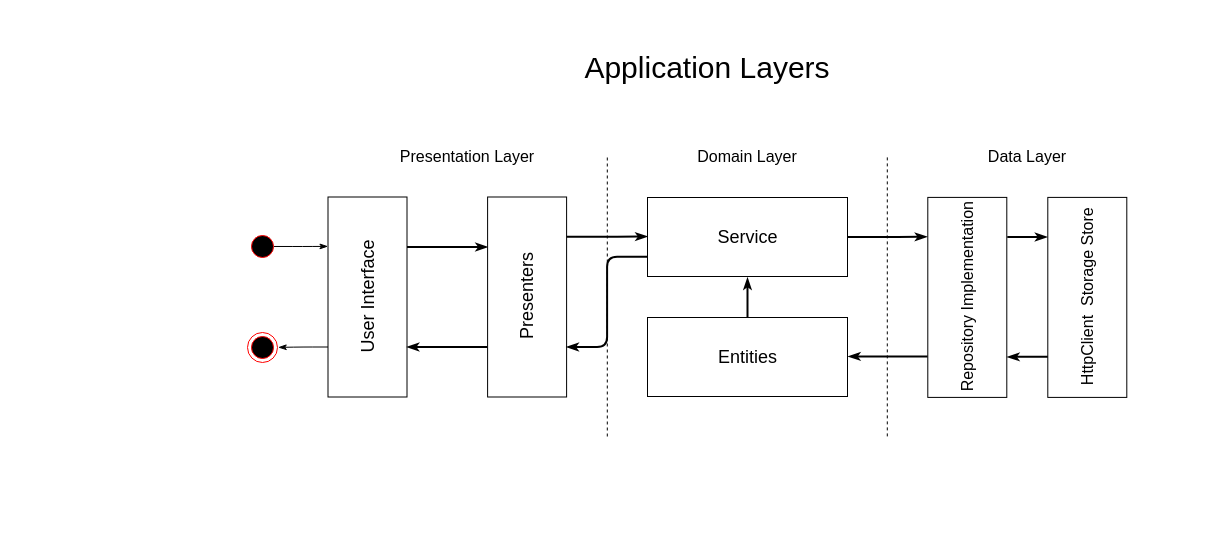
This is docs/Application Layers.drawio from GoldenStar1997/frontend-layered-architecture, a draw.io file, before an edit. Source tidied: cells renumbered, new cells numbered last; positions are measured from the earlier drawing's top-left corner, leaving out a move shared by most shapes. Both pictures are drawn from the tidied source at 100%, with x=0, y=0 at pixel (207, 37).
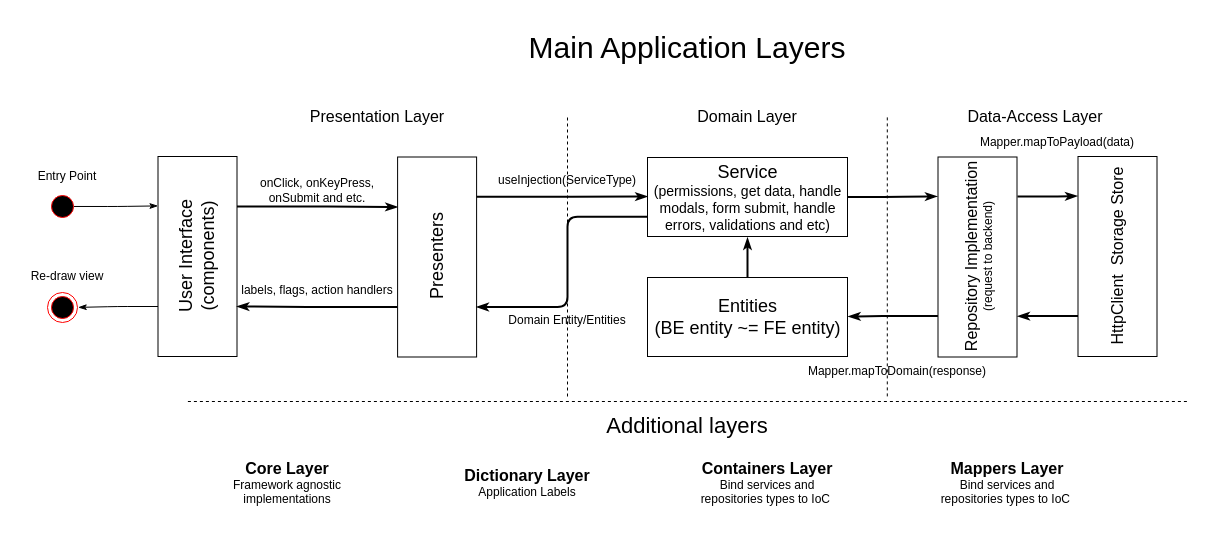
The same page after the edit.

Diff of the diagram source:
```diff
@@
-    <mxCell id="4" value="&lt;font style=&quot;font-size: 18px&quot;&gt;User Interface&lt;/font&gt;" style="html=1;rotation=-90;fontFamily=Helvetica;" parent="1" vertex="1">
-      <mxGeometry x="60" y="220" width="200" height="79" as="geometry" />
+    <mxCell id="4" value="&lt;font style=&quot;font-size: 18px&quot;&gt;User Interface&lt;br&gt;(components)&lt;br&gt;&lt;/font&gt;" style="html=1;rotation=-90;fontFamily=Helvetica;" parent="1" vertex="1">
+      <mxGeometry x="-110" y="179.5" width="200" height="79" as="geometry" />
     </mxCell>
@@
     <mxCell id="7" value="&lt;font style=&quot;font-size: 18px&quot;&gt;Presenters&lt;br&gt;&lt;/font&gt;" style="html=1;rotation=-90;fontFamily=Helvetica;" parent="1" vertex="1">
-      <mxGeometry x="219.6" y="220" width="200" height="79" as="geometry" />
+      <mxGeometry x="129.6" y="180" width="200" height="79" as="geometry" />
     </mxCell>
     <mxCell id="8" style="line;strokeWidth=1;fillColor=none;align=left;verticalAlign=middle;spacingTop=-1;spacingLeft=3;spacingRight=3;labelPosition=right;dashed=1;rotation=90;fontFamily=Helvetica;" parent="1" vertex="1">
-      <mxGeometry x="259.8" y="256" width="280" height="8" as="geometry" />
+      <mxGeometry x="220" y="216" width="280" height="8" as="geometry" />
     </mxCell>
@@
     <mxCell id="10" style="edgeStyle=orthogonalEdgeStyle;rounded=1;jettySize=auto;html=1;exitX=0;exitY=0.75;exitDx=0;exitDy=0;entryX=0.25;entryY=1;entryDx=0;entryDy=0;fontFamily=Helvetica;endArrow=classicThin;endFill=1;strokeWidth=2;" parent="1" edge="1" source="11" target="7">
-      <mxGeometry relative="1" as="geometry" />
+      <mxGeometry relative="1" as="geometry">
+        <Array as="points">
+          <mxPoint x="360" y="179" />
+          <mxPoint x="360" y="269" />
+        </Array>
+      </mxGeometry>
     </mxCell>
-    <mxCell id="11" value="&lt;font style=&quot;font-size: 18px&quot;&gt;&lt;font&gt;Service&lt;/font&gt;&lt;br&gt;&lt;/font&gt;" style="html=1;rotation=0;fontFamily=Helvetica;" parent="1" vertex="1">
-      <mxGeometry x="440" y="160" width="200" height="79" as="geometry" />
+    <mxCell id="11" value="&lt;font&gt;&lt;font&gt;&lt;span style=&quot;font-size: 18px&quot;&gt;Service&lt;/span&gt;&lt;br&gt;&lt;font style=&quot;font-size: 14px&quot;&gt;(permissions, get data, handle &lt;br&gt;modals, form submit, handle&lt;br&gt;errors, validations and etc)&lt;/font&gt;&lt;/font&gt;&lt;br&gt;&lt;/font&gt;" style="html=1;rotation=0;fontFamily=Helvetica;" parent="1" vertex="1">
+      <mxGeometry x="440" y="120" width="200" height="79" as="geometry" />
     </mxCell>
@@
-    <mxCell id="13" value="&lt;font style=&quot;font-size: 18px&quot;&gt;Entities&lt;br&gt;&lt;/font&gt;" style="html=1;rotation=0;fontFamily=Helvetica;" parent="1" vertex="1">
-      <mxGeometry x="440" y="280" width="200" height="79" as="geometry" />
+    <mxCell id="13" value="&lt;font style=&quot;font-size: 18px&quot;&gt;Entities&lt;br&gt;(BE entity ~= FE entity)&lt;br&gt;&lt;/font&gt;" style="html=1;rotation=0;fontFamily=Helvetica;" parent="1" vertex="1">
+      <mxGeometry x="440" y="240" width="200" height="79" as="geometry" />
     </mxCell>
     <mxCell id="14" style="line;strokeWidth=1;fillColor=none;align=left;verticalAlign=middle;spacingTop=-1;spacingLeft=3;spacingRight=3;labelPosition=right;dashed=1;rotation=90;fontFamily=Helvetica;" parent="1" vertex="1">
-      <mxGeometry x="539.8" y="255.9" width="280" height="8" as="geometry" />
+      <mxGeometry x="539.8" y="215.9" width="280" height="8" as="geometry" />
     </mxCell>
@@
-    <mxCell id="17" value="&lt;font&gt;&lt;font style=&quot;font-size: 16px&quot;&gt;Repository Implementation&lt;/font&gt;&lt;br&gt;&lt;/font&gt;" style="html=1;rotation=-90;fontFamily=Helvetica;" parent="1" vertex="1">
-      <mxGeometry x="659.8" y="220.4" width="200" height="79" as="geometry" />
+    <mxCell id="17" value="&lt;font&gt;&lt;font style=&quot;font-size: 16px&quot;&gt;Repository Implementation&lt;br&gt;&lt;/font&gt;(request to backend)&lt;br&gt;&lt;/font&gt;" style="html=1;rotation=-90;fontFamily=Helvetica;" parent="1" vertex="1">
+      <mxGeometry x="670" y="180" width="200" height="79" as="geometry" />
     </mxCell>
-    <mxCell id="18" style="edgeStyle=orthogonalEdgeStyle;jettySize=auto;html=1;endArrow=classicThin;endFill=1;strokeWidth=2;exitX=0.203;exitY=0.008;exitDx=0;exitDy=0;exitPerimeter=0;fontFamily=Helvetica;" parent="1" edge="1" source="19">
-      <mxGeometry relative="1" as="geometry">
-        <mxPoint x="799.8" y="319.4" as="targetPoint" />
-      </mxGeometry>
+    <mxCell id="18" style="edgeStyle=orthogonalEdgeStyle;jettySize=auto;html=1;endArrow=classicThin;endFill=1;strokeWidth=2;exitX=0.203;exitY=0.008;exitDx=0;exitDy=0;exitPerimeter=0;fontFamily=Helvetica;entryX=0.204;entryY=1.008;entryDx=0;entryDy=0;entryPerimeter=0;" parent="1" edge="1" source="19" target="17">
+      <mxGeometry relative="1" as="geometry" />
     </mxCell>
     <mxCell id="19" value="&lt;font&gt;&lt;span style=&quot;font-size: 16px&quot;&gt;HttpClient&amp;nbsp; Storage Store&lt;/span&gt;&lt;br&gt;&lt;/font&gt;" style="html=1;rotation=-90;fontFamily=Helvetica;" parent="1" vertex="1">
-      <mxGeometry x="779.8" y="220.4" width="200" height="79" as="geometry" />
+      <mxGeometry x="810" y="179.5" width="200" height="79" as="geometry" />
     </mxCell>
-    <mxCell id="20" value="&lt;font style=&quot;font-size: 30px&quot;&gt;Application Layers&lt;/font&gt;" style="text;html=1;strokeColor=none;fillColor=none;align=center;verticalAlign=middle;whiteSpace=wrap;rounded=0;fontFamily=Helvetica;" parent="1" vertex="1">
-      <mxGeometry width="1000" height="60" as="geometry" />
+    <mxCell id="20" value="&lt;font style=&quot;font-size: 30px&quot;&gt;Main Application Layers&lt;/font&gt;" style="text;html=1;strokeColor=none;fillColor=none;align=center;verticalAlign=middle;whiteSpace=wrap;rounded=0;fontFamily=Helvetica;" parent="1" vertex="1">
+      <mxGeometry x="-20" y="-20" width="1000" height="60" as="geometry" />
     </mxCell>
@@
     <mxCell id="22" style="ellipse;html=1;shape=startState;fillColor=#000000;strokeColor=#ff0000;fontFamily=Helvetica;" parent="1" vertex="1">
-      <mxGeometry x="40" y="194" width="30" height="30" as="geometry" />
+      <mxGeometry x="-160" y="154" width="30" height="30" as="geometry" />
     </mxCell>
     <mxCell id="23" style="ellipse;html=1;shape=endState;fillColor=#000000;strokeColor=#ff0000;fontFamily=Helvetica;" parent="1" vertex="1">
-      <mxGeometry x="40" y="295" width="30" height="30" as="geometry" />
+      <mxGeometry x="-160" y="255" width="30" height="30" as="geometry" />
     </mxCell>
     <mxCell id="24" value="&lt;span style=&quot;font-size: 16px&quot;&gt;Domain Layer&lt;/span&gt;" style="text;html=1;strokeColor=none;fillColor=none;align=center;verticalAlign=middle;whiteSpace=wrap;rounded=0;fontFamily=Helvetica;" parent="1" vertex="1">
-      <mxGeometry x="440" y="109" width="200" height="20" as="geometry" />
+      <mxGeometry x="440" y="69" width="200" height="20" as="geometry" />
     </mxCell>
-    <mxCell id="25" value="&lt;span style=&quot;font-size: 16px&quot;&gt;Data Layer&lt;/span&gt;" style="text;html=1;strokeColor=none;fillColor=none;align=center;verticalAlign=middle;whiteSpace=wrap;rounded=0;fontFamily=Helvetica;" parent="1" vertex="1">
-      <mxGeometry x="720" y="109" width="200" height="20" as="geometry" />
+    <mxCell id="25" value="&lt;span style=&quot;font-size: 16px&quot;&gt;Data-Access Layer&lt;/span&gt;" style="text;html=1;strokeColor=none;fillColor=none;align=center;verticalAlign=middle;whiteSpace=wrap;rounded=0;fontFamily=Helvetica;" parent="1" vertex="1">
+      <mxGeometry x="728" y="69" width="200" height="20" as="geometry" />
     </mxCell>
     <mxCell id="26" value="&lt;span style=&quot;font-size: 16px&quot;&gt;Presentation Layer&lt;/span&gt;" style="text;html=1;strokeColor=none;fillColor=none;align=center;verticalAlign=middle;whiteSpace=wrap;rounded=0;fontFamily=Helvetica;" parent="1" vertex="1">
-      <mxGeometry x="160" y="109" width="200" height="20" as="geometry" />
+      <mxGeometry x="70" y="69" width="200" height="20" as="geometry" />
     </mxCell>
+    <mxCell id="27" value="useInjection(ServiceType)" style="text;html=1;strokeColor=none;fillColor=none;align=center;verticalAlign=middle;whiteSpace=wrap;rounded=0;" parent="1" vertex="1">
+      <mxGeometry x="280" y="128" width="160" height="30" as="geometry" />
+    </mxCell>
+    <mxCell id="28" value="Mapper.mapToDomain(response)" style="text;html=1;strokeColor=none;fillColor=none;align=center;verticalAlign=middle;whiteSpace=wrap;rounded=0;" parent="1" vertex="1">
+      <mxGeometry x="600" y="319" width="180" height="30" as="geometry" />
+    </mxCell>
+    <mxCell id="29" value="Mapper.mapToPayload(data)" style="text;html=1;strokeColor=none;fillColor=none;align=center;verticalAlign=middle;whiteSpace=wrap;rounded=0;" parent="1" vertex="1">
+      <mxGeometry x="770" y="90" width="160" height="30" as="geometry" />
+    </mxCell>
+    <mxCell id="30" value="onClick, onKeyPress, onSubmit and etc." style="text;html=1;strokeColor=none;fillColor=none;align=center;verticalAlign=middle;whiteSpace=wrap;rounded=0;" parent="1" vertex="1">
+      <mxGeometry x="30" y="138" width="160" height="30" as="geometry" />
+    </mxCell>
+    <mxCell id="31" value="labels, flags, action handlers" style="text;html=1;strokeColor=none;fillColor=none;align=center;verticalAlign=middle;whiteSpace=wrap;rounded=0;" parent="1" vertex="1">
+      <mxGeometry x="30" y="237.5" width="160" height="30" as="geometry" />
+    </mxCell>
+    <mxCell id="32" value="Domain Entity/Entities" style="text;html=1;strokeColor=none;fillColor=none;align=center;verticalAlign=middle;whiteSpace=wrap;rounded=0;" parent="1" vertex="1">
+      <mxGeometry x="280" y="267.5" width="160" height="30" as="geometry" />
+    </mxCell>
+    <mxCell id="33" value="Entry Point" style="text;html=1;strokeColor=none;fillColor=none;align=center;verticalAlign=middle;whiteSpace=wrap;rounded=0;" parent="1" vertex="1">
+      <mxGeometry x="-190" y="124" width="100" height="30" as="geometry" />
+    </mxCell>
+    <mxCell id="34" value="Re-draw view" style="text;html=1;strokeColor=none;fillColor=none;align=center;verticalAlign=middle;whiteSpace=wrap;rounded=0;" parent="1" vertex="1">
+      <mxGeometry x="-190" y="224" width="100" height="30" as="geometry" />
+    </mxCell>
+    <mxCell id="35" style="line;strokeWidth=1;fillColor=none;align=left;verticalAlign=middle;spacingTop=-1;spacingLeft=3;spacingRight=3;labelPosition=right;dashed=1;rotation=-180;fontFamily=Helvetica;" parent="1" vertex="1">
+      <mxGeometry x="-20.2" y="360" width="999.6" height="8" as="geometry" />
+    </mxCell>
+    <mxCell id="36" value="&lt;font style=&quot;font-size: 22px&quot;&gt;Additional layers&lt;/font&gt;" style="text;html=1;strokeColor=none;fillColor=none;align=center;verticalAlign=middle;whiteSpace=wrap;rounded=0;fontFamily=Helvetica;" parent="1" vertex="1">
+      <mxGeometry x="-20" y="368" width="1000" height="42" as="geometry" />
+    </mxCell>
+    <mxCell id="37" value="&lt;b&gt;&lt;font style=&quot;font-size: 16px&quot;&gt;Core Layer&lt;/font&gt;&lt;/b&gt;&lt;br&gt;Framework agnostic&lt;br&gt;implementations" style="text;html=1;strokeColor=none;fillColor=none;align=center;verticalAlign=middle;whiteSpace=wrap;rounded=0;" parent="1" vertex="1">
+      <mxGeometry y="410" width="160" height="70" as="geometry" />
+    </mxCell>
+    <mxCell id="38" value="&lt;b&gt;&lt;font style=&quot;font-size: 16px&quot;&gt;Dictionary Layer&lt;/font&gt;&lt;/b&gt;&lt;br&gt;Application Labels" style="text;html=1;strokeColor=none;fillColor=none;align=center;verticalAlign=middle;whiteSpace=wrap;rounded=0;" parent="1" vertex="1">
+      <mxGeometry x="240" y="410" width="160" height="70" as="geometry" />
+    </mxCell>
+    <mxCell id="39" value="&lt;b&gt;&lt;font style=&quot;font-size: 16px&quot;&gt;Containers Layer&lt;/font&gt;&lt;/b&gt;&lt;br&gt;Bind services and repositories types to IoC&amp;nbsp;" style="text;html=1;strokeColor=none;fillColor=none;align=center;verticalAlign=middle;whiteSpace=wrap;rounded=0;" parent="1" vertex="1">
+      <mxGeometry x="480" y="410" width="160" height="70" as="geometry" />
+    </mxCell>
+    <mxCell id="40" value="&lt;b&gt;&lt;font style=&quot;font-size: 16px&quot;&gt;Mappers Layer&lt;/font&gt;&lt;/b&gt;&lt;br&gt;Bind services and repositories types to IoC&amp;nbsp;" style="text;html=1;strokeColor=none;fillColor=none;align=center;verticalAlign=middle;whiteSpace=wrap;rounded=0;" parent="1" vertex="1">
+      <mxGeometry x="720" y="410" width="160" height="70" as="geometry" />
+    </mxCell>
```
